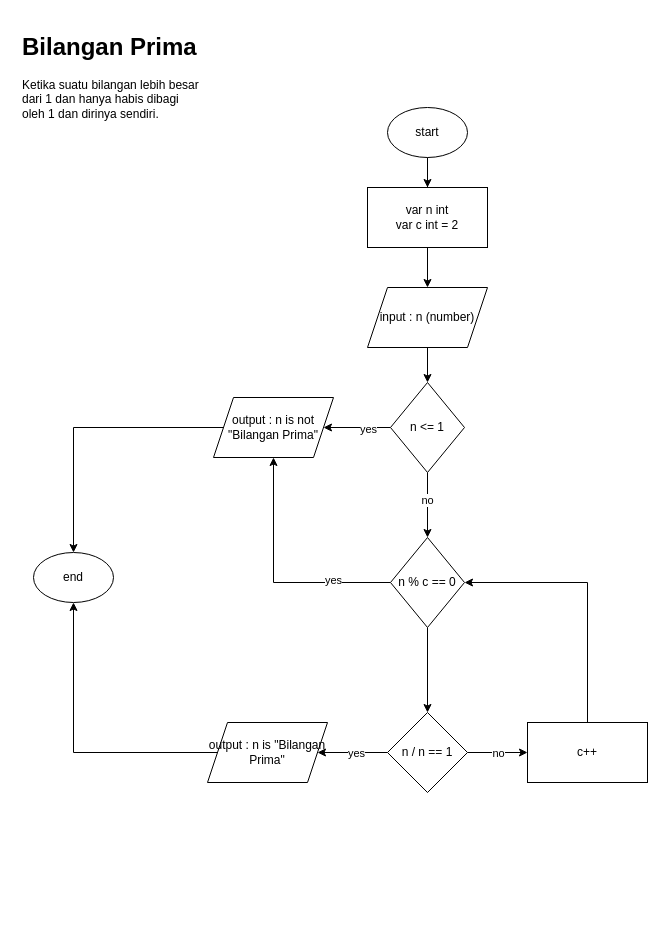
Above: Untitled Diagram.drawio in MasEBTa/prakerja-golang-altera (draw.io), before the change. Source tidied: cells renumbered, new cells numbered last; positions are measured from the earlier drawing's top-left corner, leaving out a move shared by most shapes. Both pictures are drawn from the tidied source at 100%, with x=0, y=0 at pixel (17, 27).
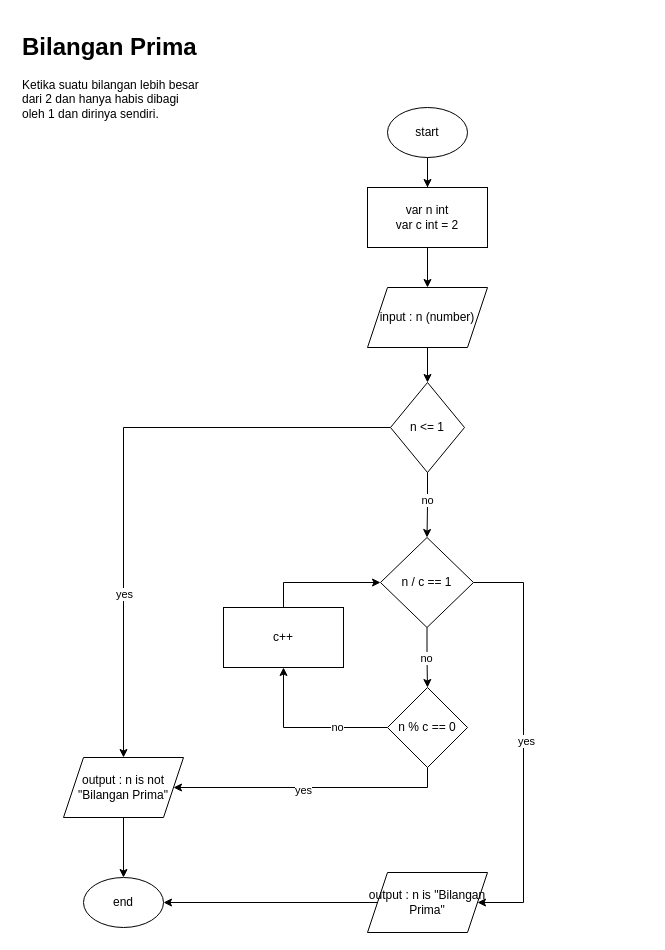
The same diagram, later.

Commit message:
perbaikan logika bilangan prima.drawio

The change refers to these unchanged cells:
```xml
<mxCell id="7" style="edgeStyle=orthogonalEdgeStyle;rounded=0;jettySize=auto;html=1;" parent="1" edge="1" source="11" target="14">
  <mxGeometry relative="1" as="geometry" />
</mxCell>
```

The edit, as a diff of the source:
```diff
@@
-    <mxCell id="8" value="yes" style="edgeLabel;html=1;align=center;verticalAlign=middle;" parent="7" vertex="1">
-      <mxGeometry x="-0.31" y="1" relative="1" as="geometry" />
-    </mxCell>
+    <mxCell id="30" value="yes" style="edgeLabel;html=1;align=center;verticalAlign=middle;" parent="7" vertex="1">
+      <mxGeometry x="0.45" relative="1" as="geometry" />
+    </mxCell>
@@
-    <mxCell id="13" style="edgeStyle=orthogonalEdgeStyle;rounded=0;jettySize=auto;html=1;exitX=0;exitY=0.5;exitDx=0;exitDy=0;entryX=0.5;entryY=0;entryDx=0;entryDy=0;" parent="1" edge="1" source="14" target="26">
+    <mxCell id="13" style="edgeStyle=orthogonalEdgeStyle;rounded=0;jettySize=auto;html=1;exitX=0.5;exitY=1;exitDx=0;exitDy=0;entryX=0.5;entryY=0;entryDx=0;entryDy=0;" parent="1" edge="1" source="14" target="26">
       <mxGeometry relative="1" as="geometry" />
     </mxCell>
     <mxCell id="14" value="output : n is not &quot;Bilangan Prima&quot;" style="shape=parallelogram;perimeter=parallelogramPerimeter;whiteSpace=wrap;html=1;fixedSize=1;" parent="1" vertex="1">
-      <mxGeometry x="196" y="370" width="120" height="60" as="geometry" />
+      <mxGeometry x="46" y="730" width="120" height="60" as="geometry" />
     </mxCell>
-    <mxCell id="15" style="edgeStyle=orthogonalEdgeStyle;rounded=0;jettySize=auto;html=1;exitX=0;exitY=0.5;exitDx=0;exitDy=0;entryX=0.5;entryY=1;entryDx=0;entryDy=0;" parent="1" edge="1" source="18" target="14">
-      <mxGeometry relative="1" as="geometry" />
-    </mxCell>
-    <mxCell id="16" value="yes" style="edgeLabel;html=1;align=center;verticalAlign=middle;" parent="15" vertex="1">
-      <mxGeometry x="-0.52" y="-3" relative="1" as="geometry" />
-    </mxCell>
-    <mxCell id="17" style="edgeStyle=orthogonalEdgeStyle;rounded=0;jettySize=auto;html=1;" parent="1" edge="1" source="18" target="23">
+    <mxCell id="17" style="edgeStyle=orthogonalEdgeStyle;rounded=0;jettySize=auto;html=1;exitX=0.5;exitY=1;exitDx=0;exitDy=0;entryX=0.5;entryY=0;entryDx=0;entryDy=0;" parent="1" edge="1" source="18" target="23">
       <mxGeometry relative="1" as="geometry" />
     </mxCell>
+    <mxCell id="31" value="no" style="edgeLabel;html=1;align=center;verticalAlign=middle;" parent="17" vertex="1">
+      <mxGeometry x="-0.01" y="-1" relative="1" as="geometry">
+        <mxPoint x="-1" y="-1" as="offset" />
+      </mxGeometry>
+    </mxCell>
+    <mxCell id="32" style="edgeStyle=orthogonalEdgeStyle;rounded=0;jettySize=auto;html=1;exitX=1;exitY=0.5;exitDx=0;exitDy=0;entryX=1;entryY=0.5;entryDx=0;entryDy=0;" parent="1" edge="1" source="18" target="25">
+      <mxGeometry relative="1" as="geometry">
+        <Array as="points">
+          <mxPoint x="506" y="555" />
+          <mxPoint x="506" y="875" />
+        </Array>
+      </mxGeometry>
+    </mxCell>
+    <mxCell id="33" value="yes" style="edgeLabel;html=1;align=center;verticalAlign=middle;" parent="32" vertex="1">
+      <mxGeometry y="2" relative="1" as="geometry" />
+    </mxCell>
-    <mxCell id="18" value="n % c == 0" style="rhombus;whiteSpace=wrap;html=1;" parent="1" vertex="1">
-      <mxGeometry x="373" y="510" width="74" height="90" as="geometry" />
+    <mxCell id="18" value="n / c == 1" style="rhombus;whiteSpace=wrap;html=1;" parent="1" vertex="1">
+      <mxGeometry x="363" y="510" width="93" height="90" as="geometry" />
     </mxCell>
-    <mxCell id="19" style="edgeStyle=orthogonalEdgeStyle;rounded=0;jettySize=auto;html=1;" parent="1" edge="1" source="23" target="25">
-      <mxGeometry relative="1" as="geometry" />
-    </mxCell>
-    <mxCell id="20" value="yes" style="edgeLabel;html=1;align=center;verticalAlign=middle;" parent="19" vertex="1">
-      <mxGeometry x="-0.09" relative="1" as="geometry" />
-    </mxCell>
-    <mxCell id="21" style="edgeStyle=orthogonalEdgeStyle;rounded=0;jettySize=auto;html=1;" parent="1" edge="1" source="23" target="28">
+    <mxCell id="21" style="edgeStyle=orthogonalEdgeStyle;rounded=0;jettySize=auto;html=1;exitX=0;exitY=0.5;exitDx=0;exitDy=0;entryX=0.5;entryY=1;entryDx=0;entryDy=0;" parent="1" edge="1" source="23" target="28">
       <mxGeometry relative="1" as="geometry" />
     </mxCell>
-    <mxCell id="22" value="no" style="edgeLabel;html=1;align=center;verticalAlign=middle;" parent="21" vertex="1">
-      <mxGeometry relative="1" as="geometry" />
-    </mxCell>
+    <mxCell id="34" value="no" style="edgeLabel;html=1;align=center;verticalAlign=middle;" parent="21" vertex="1">
+      <mxGeometry x="-0.38" y="-1" relative="1" as="geometry" />
+    </mxCell>
+    <mxCell id="35" style="edgeStyle=orthogonalEdgeStyle;rounded=0;jettySize=auto;html=1;exitX=0.5;exitY=1;exitDx=0;exitDy=0;entryX=1;entryY=0.5;entryDx=0;entryDy=0;" parent="1" edge="1" source="23" target="14">
+      <mxGeometry relative="1" as="geometry" />
+    </mxCell>
+    <mxCell id="36" value="yes" style="edgeLabel;html=1;align=center;verticalAlign=middle;" parent="35" vertex="1">
+      <mxGeometry x="0.06" y="2" relative="1" as="geometry" />
+    </mxCell>
-    <mxCell id="23" value="n / n == 1" style="rhombus;whiteSpace=wrap;html=1;" parent="1" vertex="1">
-      <mxGeometry x="370" y="685" width="80" height="80" as="geometry" />
+    <mxCell id="23" value="n % c == 0" style="rhombus;whiteSpace=wrap;html=1;" parent="1" vertex="1">
+      <mxGeometry x="370" y="660" width="80" height="80" as="geometry" />
     </mxCell>
-    <mxCell id="24" style="edgeStyle=orthogonalEdgeStyle;rounded=0;jettySize=auto;html=1;exitX=0;exitY=0.5;exitDx=0;exitDy=0;entryX=0.5;entryY=1;entryDx=0;entryDy=0;" parent="1" edge="1" source="25" target="26">
+    <mxCell id="24" style="edgeStyle=orthogonalEdgeStyle;rounded=0;jettySize=auto;html=1;exitX=0;exitY=0.5;exitDx=0;exitDy=0;entryX=1;entryY=0.5;entryDx=0;entryDy=0;" parent="1" edge="1" source="25" target="26">
       <mxGeometry relative="1" as="geometry" />
     </mxCell>
     <mxCell id="25" value="output : n is &quot;Bilangan Prima&quot;" style="shape=parallelogram;perimeter=parallelogramPerimeter;whiteSpace=wrap;html=1;fixedSize=1;" parent="1" vertex="1">
-      <mxGeometry x="190" y="695" width="120" height="60" as="geometry" />
+      <mxGeometry x="350" y="845" width="120" height="60" as="geometry" />
     </mxCell>
     <mxCell id="26" value="end" style="ellipse;whiteSpace=wrap;html=1;" parent="1" vertex="1">
-      <mxGeometry x="16" y="525" width="80" height="50" as="geometry" />
+      <mxGeometry x="66" y="850" width="80" height="50" as="geometry" />
     </mxCell>
-    <mxCell id="27" style="edgeStyle=orthogonalEdgeStyle;rounded=0;jettySize=auto;html=1;exitX=0.5;exitY=0;exitDx=0;exitDy=0;entryX=1;entryY=0.5;entryDx=0;entryDy=0;" parent="1" edge="1" source="28" target="18">
+    <mxCell id="27" style="edgeStyle=orthogonalEdgeStyle;rounded=0;jettySize=auto;html=1;exitX=0.5;exitY=0;exitDx=0;exitDy=0;entryX=0;entryY=0.5;entryDx=0;entryDy=0;" parent="1" edge="1" source="28" target="18">
       <mxGeometry relative="1" as="geometry" />
     </mxCell>
     <mxCell id="28" value="c++" style="whiteSpace=wrap;html=1;" parent="1" vertex="1">
-      <mxGeometry x="510" y="695" width="120" height="60" as="geometry" />
+      <mxGeometry x="206" y="580" width="120" height="60" as="geometry" />
     </mxCell>
-    <mxCell id="29" value="&lt;h1&gt;Bilangan Prima&lt;/h1&gt;&lt;p&gt;Ketika suatu bilangan lebih besar dari 1 dan hanya habis dibagi oleh 1 dan dirinya sendiri.&lt;/p&gt;" style="text;html=1;strokeColor=none;fillColor=none;spacing=5;spacingTop=-20;whiteSpace=wrap;overflow=hidden;rounded=0;" parent="1" vertex="1">
+    <mxCell id="29" value="&lt;h1&gt;Bilangan Prima&lt;/h1&gt;&lt;p&gt;Ketika suatu bilangan lebih besar dari 2 dan hanya habis dibagi oleh 1 dan dirinya sendiri.&lt;/p&gt;" style="text;html=1;strokeColor=none;fillColor=none;spacing=5;spacingTop=-20;whiteSpace=wrap;overflow=hidden;rounded=0;" parent="1" vertex="1">
       <mxGeometry width="190" height="120" as="geometry" />
     </mxCell>
```
